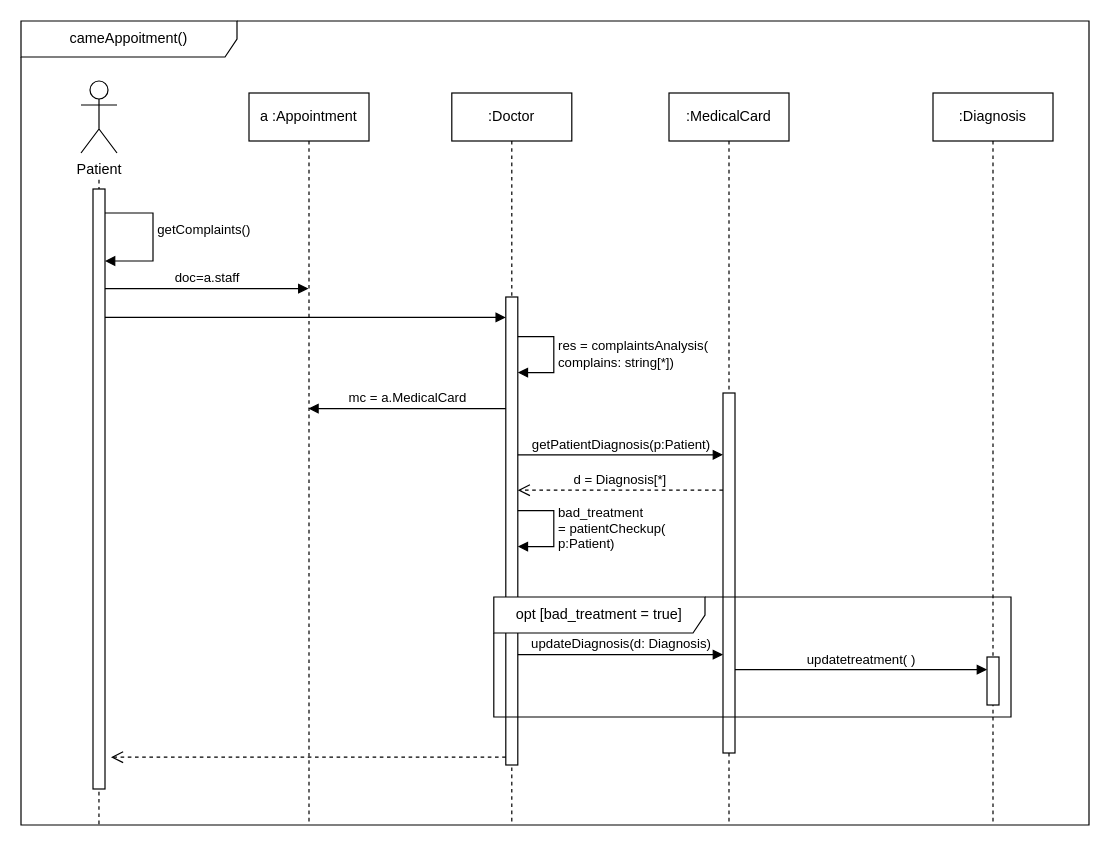
Earlier version of the draw.io diagram page "SD3" (3 of 3) of lab2/.drawio/SD.drawio (nedeadinside/oaoaoaoaoaoaoaoa). Source tidied: cells renumbered, new cells numbered last; positions are measured from the earlier drawing's top-left corner, leaving out a move shared by most shapes. Both pictures are drawn from the tidied source at 120%, with x=0, y=0 at pixel (20, 20).
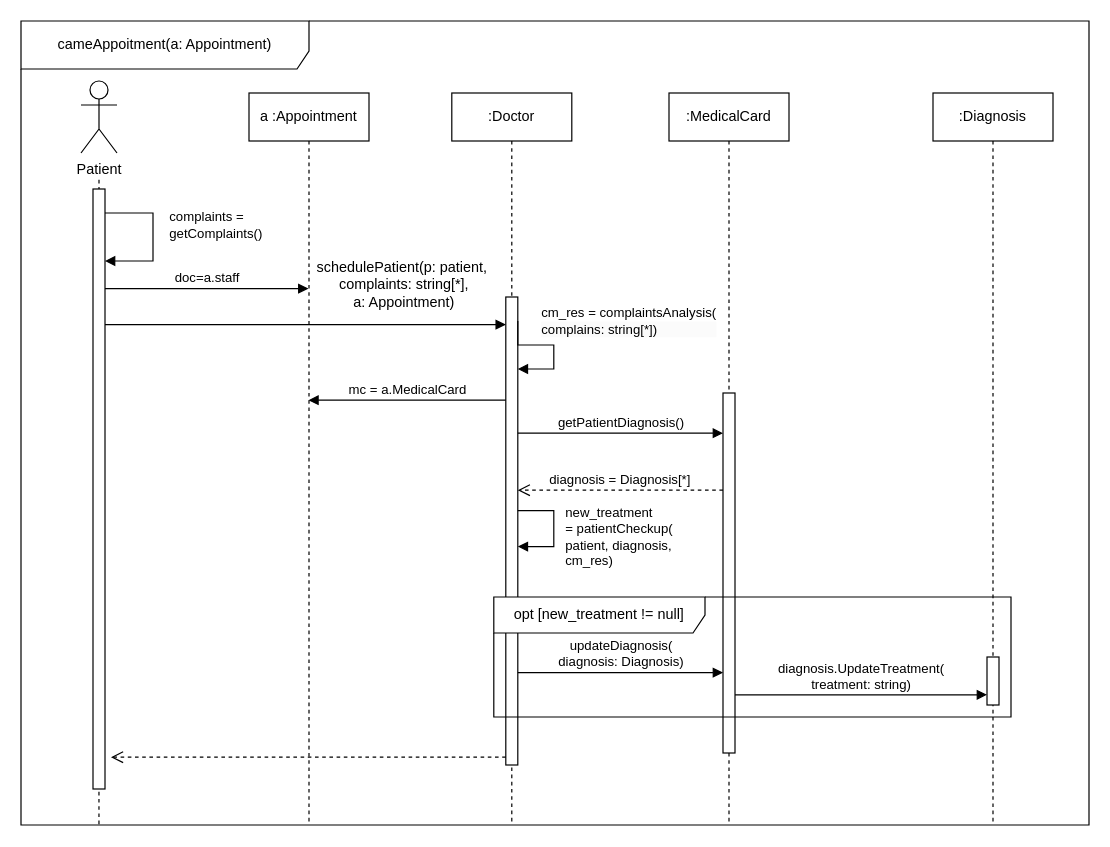
The same page after the edit.

The change refers to these unchanged cells:
```xml
<mxCell id="8" style="html=1;points=[[0,0,0,0,5],[0,1,0,0,-5],[1,0,0,0,5],[1,1,0,0,-5]];perimeter=orthogonalPerimeter;outlineConnect=0;targetShapes=umlLifeline;portConstraint=eastwest;newEdgeStyle={&quot;curved&quot;:0,&quot;rounded&quot;:0};" parent="7" vertex="1">
  <mxGeometry x="45" y="250" width="10" height="300" as="geometry" />
</mxCell>
<mxCell id="11" style="html=1;points=[[0,0,0,0,5],[0,1,0,0,-5],[1,0,0,0,5],[1,1,0,0,-5]];perimeter=orthogonalPerimeter;outlineConnect=0;targetShapes=umlLifeline;portConstraint=eastwest;newEdgeStyle={&quot;curved&quot;:0,&quot;rounded&quot;:0};" parent="1" vertex="1">
  <mxGeometry x="60" y="140" width="10" height="500" as="geometry" />
</mxCell>
<mxCell id="12" style="html=1;points=[[0,0,0,0,5],[0,1,0,0,-5],[1,0,0,0,5],[1,1,0,0,-5]];perimeter=orthogonalPerimeter;outlineConnect=0;targetShapes=umlLifeline;portConstraint=eastwest;newEdgeStyle={&quot;curved&quot;:0,&quot;rounded&quot;:0};" parent="1" vertex="1">
  <mxGeometry x="404" y="230" width="10" height="390" as="geometry" />
</mxCell>
```

Change to the diagram source:
```diff
@@
-    <mxCell id="4" value="cameAppoitment()" style="shape=umlFrame;whiteSpace=wrap;html=1;width=180;height=30;" parent="1" vertex="1">
+    <mxCell id="4" value="cameAppoitment(a: Appointment)" style="shape=umlFrame;whiteSpace=wrap;html=1;width=240;height=40;" parent="1" vertex="1">
       <mxGeometry width="890" height="670" as="geometry" />
     </mxCell>
@@
-    <mxCell id="13" value="res = complaintsAnalysis(&lt;div&gt;complains: string[*])&lt;/div&gt;" style="html=1;align=left;spacingLeft=2;endArrow=block;rounded=0;edgeStyle=orthogonalEdgeStyle;curved=0;rounded=0;" parent="1" edge="1">
-      <mxGeometry relative="1" as="geometry">
-        <mxPoint x="414" y="263" as="sourcePoint" />
-        <mxPoint x="414" y="293" as="targetPoint" />
-        <Array as="points">
-          <mxPoint x="444" y="263" />
-          <mxPoint x="444" y="293" />
-        </Array>
-      </mxGeometry>
-    </mxCell>
-    <mxCell id="14" value="getPatientDiagnosis(p:Patient)" style="html=1;verticalAlign=bottom;endArrow=block;curved=0;rounded=0;" parent="1" edge="1">
+    <mxCell id="14" value="getPatientDiagnosis()" style="html=1;verticalAlign=bottom;endArrow=block;curved=0;rounded=0;" parent="1" edge="1">
       <mxGeometry relative="1" as="geometry">
-        <mxPoint x="414" y="361.5" as="sourcePoint" />
-        <mxPoint x="585" y="361.5" as="targetPoint" />
+        <mxPoint x="414" y="343.5" as="sourcePoint" />
+        <mxPoint x="585" y="343.5" as="targetPoint" />
       </mxGeometry>
     </mxCell>
-    <mxCell id="15" value="d = Diagnosis[*]" style="html=1;verticalAlign=bottom;endArrow=open;dashed=1;endSize=8;curved=0;rounded=0;exitX=0;exitY=1;exitDx=0;exitDy=-5;exitPerimeter=0;" parent="1" edge="1">
+    <mxCell id="15" value="diagnosis = Diagnosis[*]" style="html=1;verticalAlign=bottom;endArrow=open;dashed=1;endSize=8;curved=0;rounded=0;exitX=0;exitY=1;exitDx=0;exitDy=-5;exitPerimeter=0;" parent="1" edge="1">
       <mxGeometry relative="1" as="geometry">
         <mxPoint x="585" y="391" as="sourcePoint" />
         <mxPoint x="414" y="391" as="targetPoint" />
       </mxGeometry>
     </mxCell>
-    <mxCell id="16" value="bad_treatment&lt;div&gt;= patientCheckup(&lt;div&gt;p:Patient)&lt;/div&gt;&lt;/div&gt;" style="html=1;align=left;spacingLeft=2;endArrow=block;rounded=0;edgeStyle=orthogonalEdgeStyle;curved=0;rounded=0;" parent="1" edge="1">
-      <mxGeometry relative="1" as="geometry">
+    <mxCell id="16" value="new_treatment&lt;br&gt;&lt;div&gt;= patientCheckup(&lt;div&gt;patient,&amp;nbsp;&lt;span style=&quot;text-align: center;&quot;&gt;diagnosis&lt;/span&gt;,&lt;/div&gt;&lt;div&gt;cm_res)&lt;/div&gt;&lt;/div&gt;" style="html=1;align=left;spacingLeft=2;endArrow=block;rounded=0;edgeStyle=orthogonalEdgeStyle;curved=0;rounded=0;" parent="1" edge="1">
+      <mxGeometry x="0.16" y="6" relative="1" as="geometry">
         <mxPoint x="414" y="408" as="sourcePoint" />
         <mxPoint x="414" y="438" as="targetPoint" />
         <Array as="points">
           <mxPoint x="444" y="408" />
           <mxPoint x="444" y="438" />
         </Array>
       </mxGeometry>
     </mxCell>
-    <mxCell id="17" value="opt&amp;nbsp;&lt;span style=&quot;text-wrap-mode: nowrap;&quot;&gt;[bad_treatment = true]&lt;/span&gt;" style="shape=umlFrame;whiteSpace=wrap;html=1;width=176;height=30;" parent="1" vertex="1">
+    <mxCell id="17" value="opt&amp;nbsp;&lt;span style=&quot;text-wrap-mode: nowrap;&quot;&gt;[new_treatment != null]&lt;/span&gt;" style="shape=umlFrame;whiteSpace=wrap;html=1;width=176;height=30;" parent="1" vertex="1">
       <mxGeometry x="394" y="480" width="431" height="100" as="geometry" />
     </mxCell>
-    <mxCell id="18" value="updateDiagnosis(d: Diagnosis)" style="html=1;verticalAlign=bottom;endArrow=block;curved=0;rounded=0;" parent="1" edge="1" target="8">
+    <mxCell id="18" value="updateDiagnosis(&lt;div&gt;diagnosis: Diagnosis)&lt;/div&gt;" style="html=1;verticalAlign=bottom;endArrow=block;curved=0;rounded=0;" parent="1" edge="1">
       <mxGeometry relative="1" as="geometry">
-        <mxPoint x="414" y="528" as="sourcePoint" />
+        <mxPoint x="414" y="543" as="sourcePoint" />
+        <mxPoint x="585" y="543" as="targetPoint" />
       </mxGeometry>
     </mxCell>
-    <mxCell id="19" value="updatetreatment( )" style="html=1;verticalAlign=bottom;endArrow=block;curved=0;rounded=0;" parent="1" edge="1">
+    <mxCell id="19" value="diagnosis.UpdateTreatment(&lt;div&gt;treatment: string)&lt;/div&gt;" style="html=1;verticalAlign=bottom;endArrow=block;curved=0;rounded=0;" parent="1" edge="1">
       <mxGeometry relative="1" as="geometry">
-        <mxPoint x="595" y="540.5" as="sourcePoint" />
-        <mxPoint x="805" y="540.5" as="targetPoint" />
+        <mxPoint x="595" y="561.5" as="sourcePoint" />
+        <mxPoint x="805" y="561.5" as="targetPoint" />
       </mxGeometry>
     </mxCell>
@@
-    <mxCell id="21" value="getComplaints()" style="html=1;align=left;spacingLeft=2;endArrow=block;rounded=0;edgeStyle=orthogonalEdgeStyle;curved=0;rounded=0;" parent="1" edge="1" source="11" target="11">
-      <mxGeometry x="-0.1" relative="1" as="geometry">
+    <mxCell id="21" value="complaints =&amp;nbsp;&lt;div&gt;getComplaints()&lt;/div&gt;" style="html=1;align=left;spacingLeft=2;endArrow=block;rounded=0;edgeStyle=orthogonalEdgeStyle;curved=0;rounded=0;" parent="1" edge="1" source="11" target="11">
+      <mxGeometry x="-0.17" y="10" relative="1" as="geometry">
         <Array as="points">
           <mxPoint x="110" y="160" />
           <mxPoint x="110" y="200" />
         </Array>
       </mxGeometry>
     </mxCell>
     <mxCell id="22" style="html=1;verticalAlign=bottom;endArrow=block;curved=0;rounded=0;" parent="1" edge="1">
       <mxGeometry relative="1" as="geometry">
-        <mxPoint x="70" y="247" as="sourcePoint" />
-        <mxPoint x="404" y="247" as="targetPoint" />
+        <mxPoint x="70" y="253" as="sourcePoint" />
+        <mxPoint x="404" y="253" as="targetPoint" />
       </mxGeometry>
     </mxCell>
     <mxCell id="23" value="mc = a.MedicalCard" style="html=1;verticalAlign=bottom;endArrow=block;curved=0;rounded=0;" parent="1" edge="1">
       <mxGeometry relative="1" as="geometry">
-        <mxPoint x="404" y="323" as="sourcePoint" />
-        <mxPoint x="239.5" y="323" as="targetPoint" />
+        <mxPoint x="404" y="316" as="sourcePoint" />
+        <mxPoint x="239.5" y="316" as="targetPoint" />
       </mxGeometry>
     </mxCell>
@@
+    <mxCell id="25" value="cm_res = complaintsAnalysis(&lt;div style=&quot;background-color: rgb(251, 251, 251);&quot;&gt;complains: string[*])&lt;/div&gt;" style="html=1;align=left;spacingLeft=2;endArrow=block;rounded=0;edgeStyle=orthogonalEdgeStyle;curved=0;rounded=0;" parent="1" edge="1" target="12">
+      <mxGeometry x="-1" y="16" relative="1" as="geometry">
+        <mxPoint x="414" y="250" as="sourcePoint" />
+        <Array as="points">
+          <mxPoint x="414" y="270" />
+          <mxPoint x="444" y="270" />
+          <mxPoint x="444" y="290" />
+        </Array>
+      </mxGeometry>
+    </mxCell>
+    <mxCell id="26" value="schedulePatient(p: patient,&amp;nbsp;&lt;div&gt;complaints: string[*],&lt;/div&gt;&lt;div&gt;a: Appointment)&lt;/div&gt;" style="text;html=1;align=center;verticalAlign=middle;strokeColor=none;fillColor=none;" parent="1" vertex="1">
+      <mxGeometry x="234" y="190" width="170" height="60" as="geometry" />
+    </mxCell>
```
